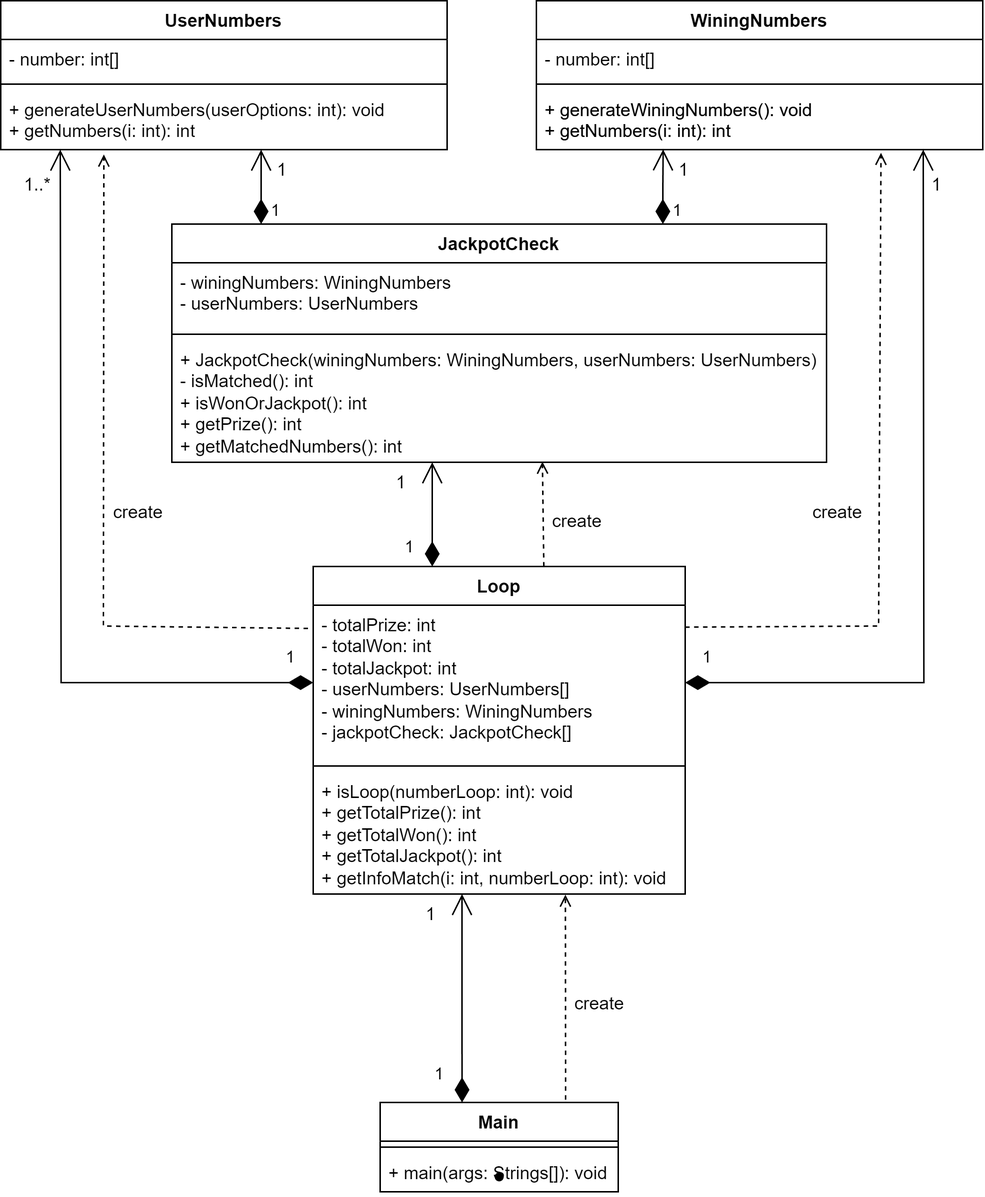
Before: 649_Lottery UML.png, a diagram exported from draw.io (VuH0ngQuang/649_Lottery). Source tidied: cells renumbered, new cells last; positions are measured from the earlier drawing's top-left corner, leaving out a move shared by most shapes.
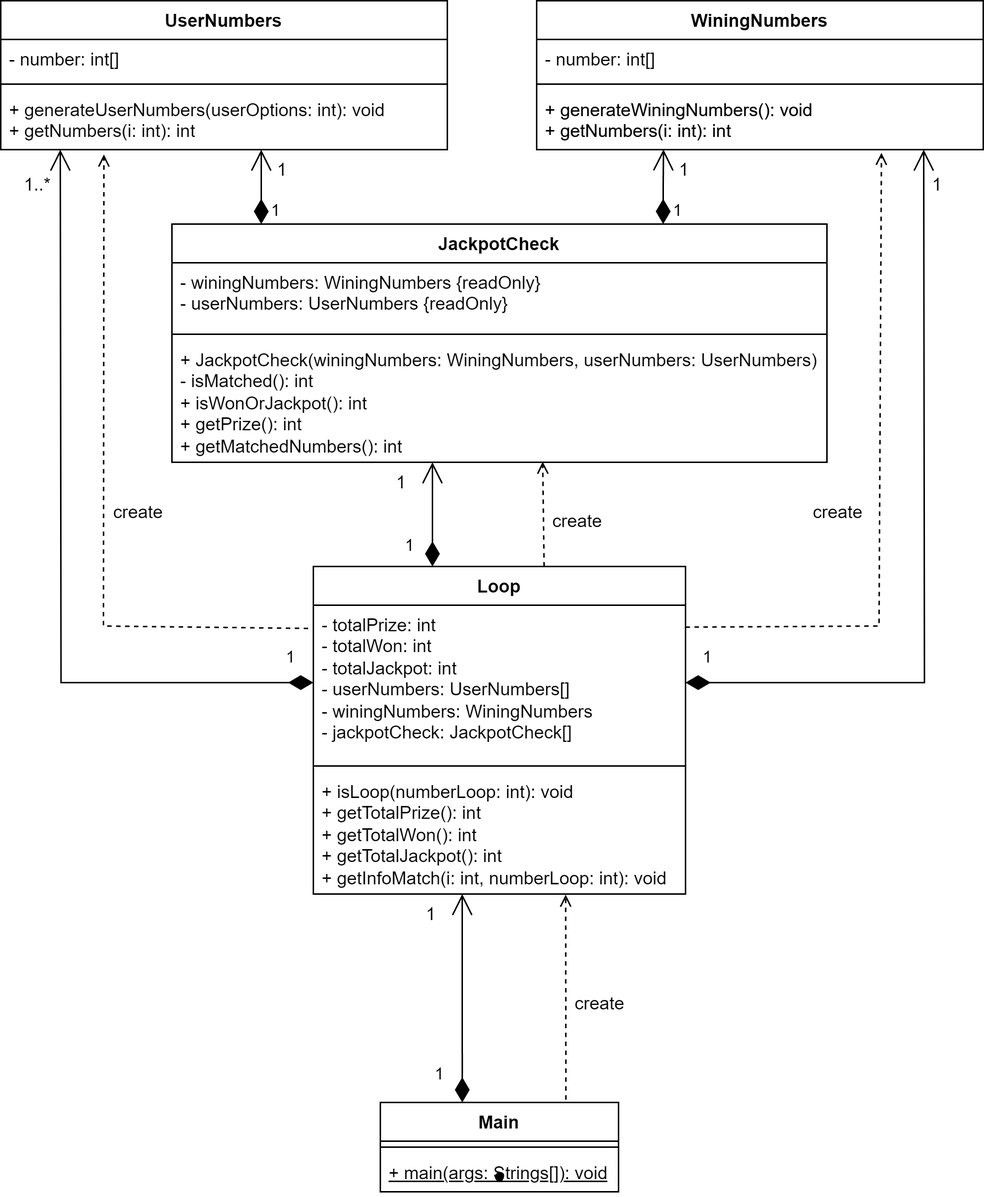
Above is the later version.

Commit message:
VHQuang | Update UML

Change to the diagram source:
```diff
@@ -29,7 +29,7 @@
     <mxCell id="10" value="JackpotCheck" style="swimlane;fontStyle=1;align=center;verticalAlign=top;horizontal=1;startSize=26;whiteSpace=wrap;html=1;" parent="1" vertex="1">
       <mxGeometry x="115" y="150" width="440" height="160" as="geometry" />
     </mxCell>
-    <mxCell id="11" value="- winingNumbers: WiningNumbers&lt;br&gt;- userNumbers: UserNumbers" style="text;strokeColor=none;fillColor=none;align=left;verticalAlign=top;spacingLeft=4;spacingRight=4;overflow=hidden;whiteSpace=wrap;html=1;" parent="10" vertex="1">
+    <mxCell id="11" value="- winingNumbers: WiningNumbers {readOnly}&lt;br&gt;- userNumbers: UserNumbers {readOnly}" style="text;strokeColor=none;fillColor=none;align=left;verticalAlign=top;spacingLeft=4;spacingRight=4;overflow=hidden;whiteSpace=wrap;html=1;" parent="10" vertex="1">
       <mxGeometry y="26" width="440" height="44" as="geometry" />
     </mxCell>
     <mxCell id="12" style="line;strokeWidth=1;fillColor=none;align=left;verticalAlign=middle;spacingTop=-1;spacingLeft=3;spacingRight=3;labelPosition=right;strokeColor=inherit;" parent="10" vertex="1">
@@ -56,7 +56,7 @@
     <mxCell id="19" style="line;strokeWidth=1;fillColor=none;align=left;verticalAlign=middle;spacingTop=-1;spacingLeft=3;spacingRight=3;labelPosition=right;strokeColor=inherit;" parent="18" vertex="1">
       <mxGeometry y="26" width="160" height="8" as="geometry" />
     </mxCell>
-    <mxCell id="20" value="+ main(args: Strings[]): void" style="text;strokeColor=none;fillColor=none;align=left;verticalAlign=top;spacingLeft=4;spacingRight=4;overflow=hidden;whiteSpace=wrap;html=1;" parent="18" vertex="1">
+    <mxCell id="20" value="&lt;u&gt;+ main(args: Strings[]): void&lt;/u&gt;" style="text;strokeColor=none;fillColor=none;align=left;verticalAlign=top;spacingLeft=4;spacingRight=4;overflow=hidden;whiteSpace=wrap;html=1;" parent="18" vertex="1">
       <mxGeometry y="34" width="160" height="26" as="geometry" />
     </mxCell>
     <mxCell id="21" value="1" style="endArrow=open;html=1;endSize=12;startArrow=diamondThin;startSize=14;startFill=1;edgeStyle=orthogonalEdgeStyle;align=left;verticalAlign=bottom;rounded=0;exitX=0.344;exitY=0;exitDx=0;exitDy=0;exitPerimeter=0;" parent="1" edge="1" source="18">
```
